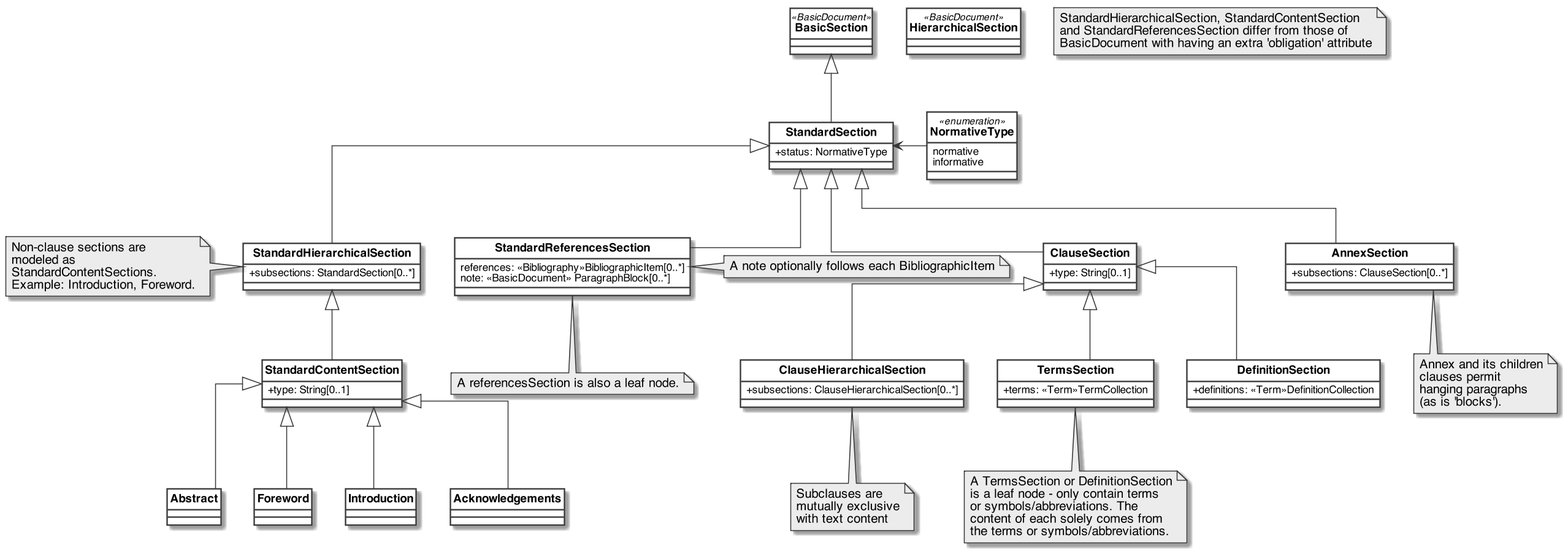
This is standoc/images/StandardDoc_Sections.png from metanorma/standoc-models, a PlantUML export, as it was before one commit.
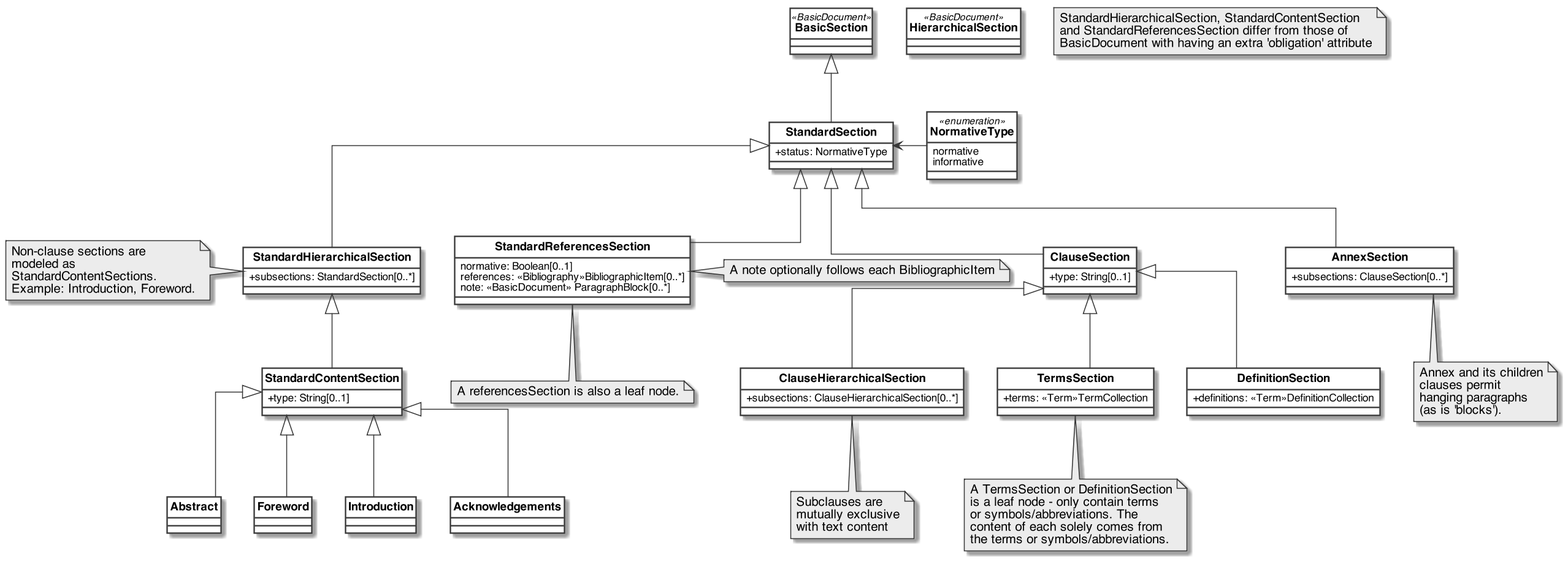
Above is the later version.

Commit message:
references/@normative: https://github.com/metanorma/metanorma-standoc/issues/278

Diff of the diagram source:
```diff
@@ -80,6 +80,7 @@
 }
 
 class StandardReferencesSection{
+    normative: Boolean[0..1]
     references: <<Bibliography>>BibliographicItem[0..*]
     note: <<BasicDocument>> ParagraphBlock[0..*]
 }
```
